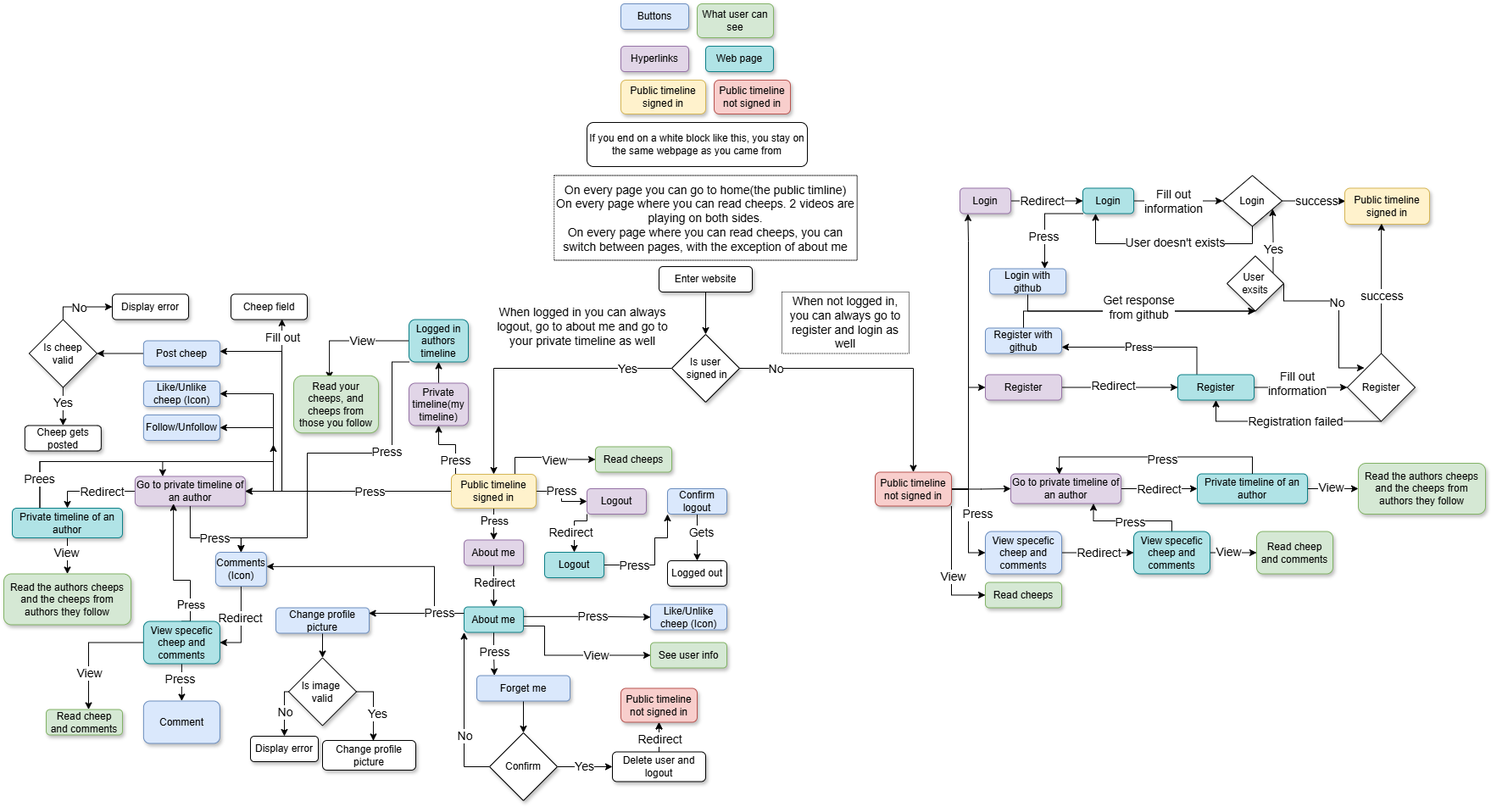
This is docs/images/UserActivitiesDiagram.png from ITU-BDSA2024-GROUP10/Chirp, a draw.io export, as it was before one commit. Source tidied: cells renumbered, new cells last; positions are measured from the earlier drawing's top-left corner, leaving out a move shared by most shapes.
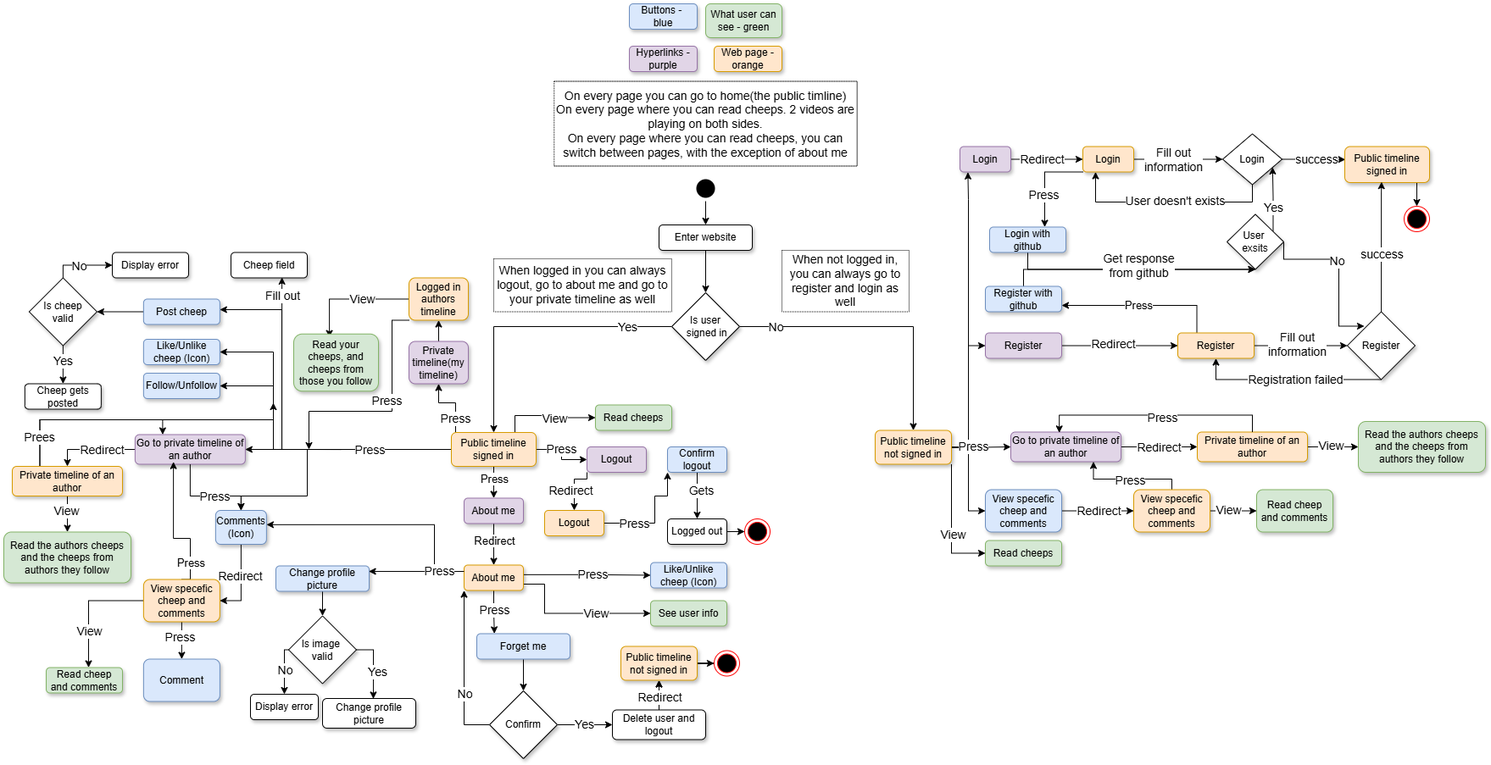
After the commit.

Diff of the diagram source:
```diff
@@ -145,7 +145,7 @@
         <mxPoint y="15" as="offset" />
       </mxGeometry>
     </mxCell>
-    <mxCell id="31" value="Public timeline signed&amp;nbsp;in" style="rounded=1;whiteSpace=wrap;html=1;fillColor=#fff2cc;strokeColor=#d6b656;shadow=1;" parent="1" vertex="1">
+    <mxCell id="31" value="Public timeline signed&amp;nbsp;in" style="rounded=1;whiteSpace=wrap;html=1;fillColor=#ffe6cc;strokeColor=#d79b00;shadow=1;" parent="1" vertex="1">
       <mxGeometry x="528" y="555" width="100" height="40" as="geometry" />
     </mxCell>
     <mxCell id="32" style="edgeStyle=orthogonalEdgeStyle;rounded=0;jettySize=auto;html=1;entryX=0;entryY=0.5;entryDx=0;entryDy=0;" parent="1" edge="1" source="38" target="57">
@@ -165,7 +165,7 @@
     </mxCell>
     <mxCell id="35" value="&lt;font style=&quot;font-size: 14px;&quot;&gt;Press&lt;/font&gt;" style="edgeLabel;html=1;align=center;verticalAlign=middle;" parent="34" vertex="1">
       <mxGeometry x="0.48" relative="1" as="geometry">
-        <mxPoint x="10" y="264" as="offset" />
+        <mxPoint x="5" y="234" as="offset" />
       </mxGeometry>
     </mxCell>
     <mxCell id="36" style="edgeStyle=orthogonalEdgeStyle;rounded=0;jettySize=auto;html=1;entryX=0;entryY=0.5;entryDx=0;entryDy=0;exitX=1;exitY=1;exitDx=0;exitDy=0;" parent="1" edge="1" source="38" target="58">
@@ -174,7 +174,7 @@
     <mxCell id="37" value="&lt;font style=&quot;font-size: 14px;&quot;&gt;View&lt;/font&gt;" style="edgeLabel;html=1;align=center;verticalAlign=middle;" parent="36" vertex="1">
       <mxGeometry x="0.15" y="1" relative="1" as="geometry" />
     </mxCell>
-    <mxCell id="38" value="Public timeline not signed&amp;nbsp;in" style="rounded=1;whiteSpace=wrap;html=1;fillColor=#f8cecc;strokeColor=#b85450;shadow=1;" parent="1" vertex="1">
+    <mxCell id="38" value="Public timeline not signed&amp;nbsp;in" style="rounded=1;whiteSpace=wrap;html=1;fillColor=#ffe6cc;strokeColor=#d79b00;shadow=1;" parent="1" vertex="1">
       <mxGeometry x="1028" y="552.5" width="90" height="40" as="geometry" />
     </mxCell>
     <mxCell id="39" style="edgeStyle=orthogonalEdgeStyle;rounded=0;jettySize=auto;html=1;" parent="1" edge="1" source="41" target="190">
@@ -216,7 +216,7 @@
       <mxGeometry x="1128" y="217.5" width="60" height="30" as="geometry" />
     </mxCell>
     <mxCell id="49" value="&lt;font style=&quot;font-size: 14px;&quot;&gt;On every page you can go to home(the public timline)&lt;br&gt;&lt;div style=&quot;&quot;&gt;&lt;span style=&quot;background-color: initial;&quot;&gt;On every page where you can read cheeps. 2 videos are playing on both sides.&lt;/span&gt;&lt;/div&gt;&lt;/font&gt;&lt;div&gt;&lt;font style=&quot;font-size: 14px;&quot;&gt;On every page where you can read cheeps, you can switch between pages, with the exception of about me&lt;/font&gt;&lt;/div&gt;" style="text;html=1;align=center;verticalAlign=middle;whiteSpace=wrap;rounded=0;dashed=1;dashPattern=1 1;strokeColor=default;" parent="1" vertex="1">
-      <mxGeometry x="649.2" y="202.5" width="357.5" height="100" as="geometry" />
+      <mxGeometry x="649.2" y="140.5" width="357.5" height="100" as="geometry" />
     </mxCell>
     <mxCell id="50" style="edgeStyle=orthogonalEdgeStyle;rounded=0;jettySize=auto;html=1;" parent="1" edge="1" source="52" target="185">
       <mxGeometry relative="1" as="geometry" />
@@ -230,7 +230,7 @@
     <mxCell id="53" value="&lt;font style=&quot;font-size: 14px;&quot;&gt;When not logged in, you can always go to register and login as well&lt;/font&gt;" style="text;html=1;align=center;verticalAlign=middle;whiteSpace=wrap;rounded=0;strokeColor=default;dashed=1;dashPattern=1 1;" parent="1" vertex="1">
       <mxGeometry x="918" y="340" width="150" height="72.5" as="geometry" />
     </mxCell>
-    <mxCell id="54" value="&lt;font style=&quot;font-size: 14px;&quot;&gt;When logged in you can always logout, go to about me and go to your private timeline as well&lt;/font&gt;" style="text;html=1;align=center;verticalAlign=middle;whiteSpace=wrap;rounded=0;dashed=1;dashPattern=1 1;" parent="1" vertex="1">
+    <mxCell id="54" value="&lt;font style=&quot;font-size: 14px;&quot;&gt;When logged in you can always logout, go to about me and go to your private timeline as well&lt;/font&gt;" style="text;html=1;align=center;verticalAlign=middle;whiteSpace=wrap;rounded=0;dashed=1;dashPattern=1 1;strokeColor=default;" parent="1" vertex="1">
       <mxGeometry x="578" y="350" width="210" height="62.5" as="geometry" />
     </mxCell>
     <mxCell id="55" style="edgeStyle=orthogonalEdgeStyle;rounded=0;jettySize=auto;html=1;" parent="1" edge="1" source="57" target="182">
@@ -274,7 +274,10 @@
     <mxCell id="64" value="Login" style="rhombus;whiteSpace=wrap;html=1;shadow=1;" parent="1" vertex="1">
       <mxGeometry x="1438" y="202.5" width="70" height="60" as="geometry" />
     </mxCell>
+    <mxCell id="192" style="edgeStyle=orthogonalEdgeStyle;rounded=0;jettySize=auto;html=1;exitX=0.75;exitY=1;exitDx=0;exitDy=0;entryX=0.5;entryY=0;entryDx=0;entryDy=0;" parent="1" edge="1" source="65" target="199">
+      <mxGeometry relative="1" as="geometry" />
+    </mxCell>
-    <mxCell id="65" value="Public timeline signed&amp;nbsp;in" style="rounded=1;whiteSpace=wrap;html=1;fillColor=#fff2cc;strokeColor=#d6b656;shadow=1;" parent="1" vertex="1">
+    <mxCell id="65" value="Public timeline signed&amp;nbsp;in" style="rounded=1;whiteSpace=wrap;html=1;fillColor=#ffe6cc;strokeColor=#d79b00;shadow=1;" parent="1" vertex="1">
       <mxGeometry x="1582" y="217.5" width="100" height="42.5" as="geometry" />
     </mxCell>
     <mxCell id="66" style="edgeStyle=orthogonalEdgeStyle;rounded=0;jettySize=auto;html=1;exitX=0.5;exitY=0;exitDx=0;exitDy=0;entryX=0.5;entryY=1;entryDx=0;entryDy=0;" parent="1" edge="1" source="68" target="81">
@@ -298,7 +301,7 @@
     </mxCell>
     <mxCell id="70" value="&lt;font style=&quot;font-size: 14px;&quot;&gt;Fill out &lt;br&gt;information&lt;/font&gt;" style="edgeLabel;html=1;align=center;verticalAlign=middle;" parent="69" vertex="1">
       <mxGeometry x="-0.71" relative="1" as="geometry">
-        <mxPoint x="34" y="-5" as="offset" />
+        <mxPoint x="34" y="-2" as="offset" />
       </mxGeometry>
     </mxCell>
     <mxCell id="71" style="edgeStyle=orthogonalEdgeStyle;rounded=0;jettySize=auto;html=1;entryX=0.5;entryY=1;entryDx=0;entryDy=0;exitX=0.5;exitY=1;exitDx=0;exitDy=0;" parent="1" edge="1" source="75" target="190">
@@ -361,14 +364,14 @@
     <mxCell id="82" value="Read cheep&lt;br&gt;and comments" style="rounded=1;whiteSpace=wrap;html=1;fillColor=#d5e8d4;strokeColor=#82b366;shadow=1;" parent="1" vertex="1">
       <mxGeometry x="1478" y="622.5" width="90" height="50" as="geometry" />
     </mxCell>
-    <mxCell id="83" value="Buttons" style="rounded=1;whiteSpace=wrap;html=1;fillColor=#dae8fc;strokeColor=#6c8ebf;shadow=1;" parent="1" vertex="1">
-      <mxGeometry x="728" width="80" height="30" as="geometry" />
+    <mxCell id="83" value="Buttons -&amp;nbsp;&lt;div&gt;blue&lt;/div&gt;" style="rounded=1;whiteSpace=wrap;html=1;fillColor=#dae8fc;strokeColor=#6c8ebf;shadow=1;" parent="1" vertex="1">
+      <mxGeometry x="738" y="49" width="80" height="30" as="geometry" />
     </mxCell>
-    <mxCell id="84" value="Hyperlinks" style="rounded=1;whiteSpace=wrap;html=1;fillColor=#e1d5e7;strokeColor=#9673a6;shadow=1;" parent="1" vertex="1">
-      <mxGeometry x="728" y="50" width="80" height="30" as="geometry" />
+    <mxCell id="84" value="Hyperlinks - purple" style="rounded=1;whiteSpace=wrap;html=1;fillColor=#e1d5e7;strokeColor=#9673a6;shadow=1;" parent="1" vertex="1">
+      <mxGeometry x="738" y="99" width="80" height="30" as="geometry" />
     </mxCell>
-    <mxCell id="85" value="What user can see" style="rounded=1;whiteSpace=wrap;html=1;fillColor=#d5e8d4;strokeColor=#82b366;shadow=1;" parent="1" vertex="1">
-      <mxGeometry x="818" width="90" height="40" as="geometry" />
+    <mxCell id="85" value="What user can see - green" style="rounded=1;whiteSpace=wrap;html=1;fillColor=#d5e8d4;strokeColor=#82b366;shadow=1;" parent="1" vertex="1">
+      <mxGeometry x="828" y="49" width="90" height="40" as="geometry" />
     </mxCell>
     <mxCell id="86" value="Read cheeps" style="rounded=1;whiteSpace=wrap;html=1;fillColor=#d5e8d4;strokeColor=#82b366;shadow=1;" parent="1" vertex="1">
       <mxGeometry x="698" y="522.5" width="90" height="30" as="geometry" />
@@ -471,13 +474,13 @@
     <mxCell id="110" value="About me" style="rounded=1;whiteSpace=wrap;html=1;fillColor=#e1d5e7;strokeColor=#9673a6;shadow=1;" parent="1" vertex="1">
       <mxGeometry x="543" y="632.5" width="70" height="30" as="geometry" />
     </mxCell>
-    <mxCell id="111" style="edgeStyle=orthogonalEdgeStyle;rounded=0;jettySize=auto;html=1;entryX=1;entryY=0.5;entryDx=0;entryDy=0;exitX=0;exitY=1;exitDx=0;exitDy=0;" parent="1" edge="1" source="174" target="126">
+    <mxCell id="111" style="edgeStyle=orthogonalEdgeStyle;rounded=0;jettySize=auto;html=1;exitX=0;exitY=1;exitDx=0;exitDy=0;" parent="1" edge="1" source="174">
       <mxGeometry relative="1" as="geometry">
+        <mxPoint x="360" y="575" as="targetPoint" />
         <Array as="points">
           <mxPoint x="458" y="423" />
           <mxPoint x="458" y="530" />
-          <mxPoint x="358" y="530" />
-          <mxPoint x="358" y="575" />
+          <mxPoint x="360" y="530" />
         </Array>
       </mxGeometry>
     </mxCell>
@@ -586,6 +589,9 @@
     <mxCell id="139" value="Confirm logout" style="rounded=1;whiteSpace=wrap;html=1;fillColor=#dae8fc;strokeColor=#6c8ebf;shadow=1;" parent="1" vertex="1">
       <mxGeometry x="783" y="572" width="70" height="30" as="geometry" />
     </mxCell>
+    <mxCell id="193" style="edgeStyle=orthogonalEdgeStyle;rounded=0;jettySize=auto;html=1;" parent="1" edge="1" source="140" target="198">
+      <mxGeometry relative="1" as="geometry" />
+    </mxCell>
     <mxCell id="140" value="Logged out" style="rounded=1;whiteSpace=wrap;html=1;shadow=1;" parent="1" vertex="1">
       <mxGeometry x="783" y="657" width="70" height="30" as="geometry" />
     </mxCell>
@@ -641,7 +647,10 @@
     <mxCell id="154" value="Delete user and logout" style="rounded=1;whiteSpace=wrap;html=1;shadow=1;" parent="1" vertex="1">
       <mxGeometry x="718" y="882.5" width="110" height="35" as="geometry" />
     </mxCell>
+    <mxCell id="194" style="edgeStyle=orthogonalEdgeStyle;rounded=0;jettySize=auto;html=1;" parent="1" edge="1" source="155" target="197">
+      <mxGeometry relative="1" as="geometry" />
+    </mxCell>
-    <mxCell id="155" value="Public timeline not signed&amp;nbsp;in" style="rounded=1;whiteSpace=wrap;html=1;fillColor=#f8cecc;strokeColor=#b85450;shadow=1;" parent="1" vertex="1">
+    <mxCell id="155" value="Public timeline not signed&amp;nbsp;in" style="rounded=1;whiteSpace=wrap;html=1;fillColor=#ffe6cc;strokeColor=#d79b00;shadow=1;" parent="1" vertex="1">
       <mxGeometry x="728" y="807.5" width="90" height="40" as="geometry" />
     </mxCell>
     <mxCell id="156" value="Like/Unlike cheep (Icon)" style="rounded=1;whiteSpace=wrap;html=1;fillColor=#dae8fc;strokeColor=#6c8ebf;shadow=1;" parent="1" vertex="1">
@@ -650,15 +659,6 @@
     <mxCell id="157" value="Display error" style="rounded=1;whiteSpace=wrap;html=1;shadow=1;" parent="1" vertex="1">
       <mxGeometry x="291" y="864" width="80" height="30" as="geometry" />
     </mxCell>
-    <mxCell id="158" value="Public timeline signed&amp;nbsp;in" style="rounded=1;whiteSpace=wrap;html=1;fillColor=#fff2cc;strokeColor=#d6b656;shadow=1;" parent="1" vertex="1">
-      <mxGeometry x="728" y="90" width="100" height="40" as="geometry" />
-    </mxCell>
-    <mxCell id="159" value="Public timeline not signed in" style="rounded=1;whiteSpace=wrap;html=1;fillColor=#f8cecc;strokeColor=#b85450;shadow=1;" parent="1" vertex="1">
-      <mxGeometry x="838" y="90" width="90" height="40" as="geometry" />
-    </mxCell>
-    <mxCell id="160" value="If you end on a white block like this, you stay on the same webpage as you came from" style="rounded=1;whiteSpace=wrap;html=1;" parent="1" vertex="1">
-      <mxGeometry x="688" y="140" width="260" height="52" as="geometry" />
-    </mxCell>
     <mxCell id="161" style="edgeStyle=orthogonalEdgeStyle;rounded=0;jettySize=auto;html=1;exitX=1;exitY=0.5;exitDx=0;exitDy=0;entryX=0;entryY=1;entryDx=0;entryDy=0;" parent="1" edge="1" source="163" target="139">
       <mxGeometry relative="1" as="geometry">
         <Array as="points">
@@ -673,10 +673,10 @@
         <mxPoint x="-8" as="offset" />
       </mxGeometry>
     </mxCell>
-    <mxCell id="163" value="Logout" style="rounded=1;whiteSpace=wrap;html=1;shadow=1;fillColor=#b0e3e6;strokeColor=#0e8088;" parent="1" vertex="1">
+    <mxCell id="163" value="Logout" style="rounded=1;whiteSpace=wrap;html=1;shadow=1;fillColor=#ffe6cc;strokeColor=#d79b00;" parent="1" vertex="1">
       <mxGeometry x="638" y="647" width="70" height="30" as="geometry" />
     </mxCell>
-    <mxCell id="164" value="About me" style="rounded=1;whiteSpace=wrap;html=1;shadow=1;fillColor=#b0e3e6;strokeColor=#0e8088;" parent="1" vertex="1">
+    <mxCell id="164" value="About me" style="rounded=1;whiteSpace=wrap;html=1;shadow=1;fillColor=#ffe6cc;strokeColor=#d79b00;" parent="1" vertex="1">
       <mxGeometry x="543" y="711.5" width="70" height="30" as="geometry" />
     </mxCell>
     <mxCell id="165" style="edgeStyle=orthogonalEdgeStyle;rounded=0;jettySize=auto;html=1;exitX=0.5;exitY=0;exitDx=0;exitDy=0;entryX=0.348;entryY=0.92;entryDx=0;entryDy=0;entryPerimeter=0;" parent="1" edge="1" source="167" target="126">
@@ -693,11 +693,11 @@
         <mxPoint y="18" as="offset" />
       </mxGeometry>
     </mxCell>
-    <mxCell id="167" value="View specefic cheep and comments" style="rounded=1;whiteSpace=wrap;html=1;shadow=1;fillColor=#b0e3e6;strokeColor=#0e8088;" parent="1" vertex="1">
+    <mxCell id="167" value="View specefic cheep and comments" style="rounded=1;whiteSpace=wrap;html=1;shadow=1;fillColor=#ffe6cc;strokeColor=#d79b00;" parent="1" vertex="1">
       <mxGeometry x="164.9" y="728.5" width="90" height="50" as="geometry" />
     </mxCell>
-    <mxCell id="168" value="Web page" style="rounded=1;whiteSpace=wrap;html=1;fillColor=#b0e3e6;strokeColor=#0e8088;shadow=1;" parent="1" vertex="1">
-      <mxGeometry x="828" y="50" width="80" height="30" as="geometry" />
+    <mxCell id="168" value="Web page - orange" style="rounded=1;whiteSpace=wrap;html=1;fillColor=#ffe6cc;strokeColor=#d79b00;shadow=1;" parent="1" vertex="1">
+      <mxGeometry x="838" y="99" width="80" height="30" as="geometry" />
     </mxCell>
     <mxCell id="169" style="edgeStyle=orthogonalEdgeStyle;rounded=0;jettySize=auto;html=1;" parent="1" edge="1" source="173" target="129">
       <mxGeometry relative="1" as="geometry" />
@@ -718,10 +718,10 @@
         <mxPoint y="-16" as="offset" />
       </mxGeometry>
     </mxCell>
-    <mxCell id="173" value="Private timeline of an author" style="rounded=1;whiteSpace=wrap;html=1;shadow=1;fillColor=#b0e3e6;strokeColor=#0e8088;" parent="1" vertex="1">
+    <mxCell id="173" value="Private timeline of an author" style="rounded=1;whiteSpace=wrap;html=1;shadow=1;fillColor=#ffe6cc;strokeColor=#d79b00;" parent="1" vertex="1">
       <mxGeometry x="10" y="595" width="130" height="35" as="geometry" />
     </mxCell>
-    <mxCell id="174" value="Logged in authors timeline" style="rounded=1;whiteSpace=wrap;html=1;fillColor=#b0e3e6;strokeColor=#0e8088;shadow=1;" parent="1" vertex="1">
+    <mxCell id="174" value="Logged in authors timeline" style="rounded=1;whiteSpace=wrap;html=1;fillColor=#ffe6cc;strokeColor=#d79b00;shadow=1;" parent="1" vertex="1">
       <mxGeometry x="478" y="372.5" width="70" height="50" as="geometry" />
     </mxCell>
     <mxCell id="175" style="edgeStyle=orthogonalEdgeStyle;rounded=0;jettySize=auto;html=1;exitX=0;exitY=0.25;exitDx=0;exitDy=0;entryX=1.001;entryY=0.421;entryDx=0;entryDy=0;entryPerimeter=0;" parent="1" edge="1" source="164" target="97">
@@ -757,7 +757,7 @@
     <mxCell id="181" value="&lt;font style=&quot;font-size: 14px;&quot;&gt;Press&lt;/font&gt;" style="edgeLabel;html=1;align=center;verticalAlign=middle;" parent="180" vertex="1">
       <mxGeometry x="-0.01" y="1" relative="1" as="geometry" />
     </mxCell>
-    <mxCell id="182" value="View specefic cheep and comments" style="rounded=1;whiteSpace=wrap;html=1;shadow=1;fillColor=#b0e3e6;strokeColor=#0e8088;" parent="1" vertex="1">
+    <mxCell id="182" value="View specefic cheep and comments" style="rounded=1;whiteSpace=wrap;html=1;shadow=1;fillColor=#ffe6cc;strokeColor=#d79b00;" parent="1" vertex="1">
       <mxGeometry x="1333" y="622.5" width="90" height="50" as="geometry" />
     </mxCell>
     <mxCell id="183" style="edgeStyle=orthogonalEdgeStyle;rounded=0;jettySize=auto;html=1;" parent="1" edge="1" source="185" target="59">
@@ -766,7 +766,7 @@
     <mxCell id="184" value="&lt;font style=&quot;font-size: 14px;&quot;&gt;View&lt;/font&gt;" style="edgeLabel;html=1;align=center;verticalAlign=middle;" parent="183" vertex="1">
       <mxGeometry x="-0.11" y="2" relative="1" as="geometry" />
     </mxCell>
-    <mxCell id="185" value="Private timeline of an author" style="rounded=1;whiteSpace=wrap;html=1;shadow=1;fillColor=#b0e3e6;strokeColor=#0e8088;" parent="1" vertex="1">
+    <mxCell id="185" value="Private timeline of an author" style="rounded=1;whiteSpace=wrap;html=1;shadow=1;fillColor=#ffe6cc;strokeColor=#d79b00;" parent="1" vertex="1">
       <mxGeometry x="1408" y="554.5" width="130" height="35" as="geometry" />
     </mxCell>
     <mxCell id="186" style="edgeStyle=orthogonalEdgeStyle;rounded=0;jettySize=auto;html=1;entryX=0.44;entryY=0.023;entryDx=0;entryDy=0;entryPerimeter=0;exitX=0.5;exitY=0;exitDx=0;exitDy=0;" parent="1" edge="1" source="185" target="52">
@@ -785,11 +785,26 @@
         <mxPoint x="-19" as="offset" />
       </mxGeometry>
     </mxCell>
-    <mxCell id="190" value="Register" style="rounded=1;whiteSpace=wrap;html=1;fillColor=#b0e3e6;strokeColor=#0e8088;shadow=1;" parent="1" vertex="1">
+    <mxCell id="190" value="Register" style="rounded=1;whiteSpace=wrap;html=1;fillColor=#ffe6cc;strokeColor=#d79b00;shadow=1;" parent="1" vertex="1">
       <mxGeometry x="1385" y="437.5" width="90" height="30" as="geometry" />
     </mxCell>
-    <mxCell id="191" value="Login" style="rounded=1;whiteSpace=wrap;html=1;fillColor=#b0e3e6;strokeColor=#0e8088;shadow=1;" parent="1" vertex="1">
+    <mxCell id="191" value="Login" style="rounded=1;whiteSpace=wrap;html=1;fillColor=#ffe6cc;strokeColor=#d79b00;shadow=1;" parent="1" vertex="1">
       <mxGeometry x="1273" y="217.5" width="60" height="30" as="geometry" />
     </mxCell>
+    <mxCell id="195" style="edgeStyle=orthogonalEdgeStyle;rounded=0;jettySize=auto;html=1;exitX=0.5;exitY=1;exitDx=0;exitDy=0;" parent="1" edge="1" source="196" target="17">
+      <mxGeometry relative="1" as="geometry" />
+    </mxCell>
+    <mxCell id="196" style="ellipse;html=1;shape=endState;fillColor=#000000;strokeColor=none;" parent="1" vertex="1">
+      <mxGeometry x="813" y="252" width="30" height="30" as="geometry" />
+    </mxCell>
+    <mxCell id="197" style="ellipse;html=1;shape=endState;fillColor=#000000;strokeColor=#ff0000;" parent="1" vertex="1">
+      <mxGeometry x="838" y="812.5" width="30" height="30" as="geometry" />
+    </mxCell>
+    <mxCell id="198" style="ellipse;html=1;shape=endState;fillColor=#000000;strokeColor=#ff0000;" parent="1" vertex="1">
+      <mxGeometry x="874" y="657" width="30" height="30" as="geometry" />
+    </mxCell>
+    <mxCell id="199" style="ellipse;html=1;shape=endState;fillColor=#000000;strokeColor=#ff0000;" parent="1" vertex="1">
+      <mxGeometry x="1652" y="288" width="30" height="30" as="geometry" />
+    </mxCell>
   </root>
 </mxGraphModel>
```
